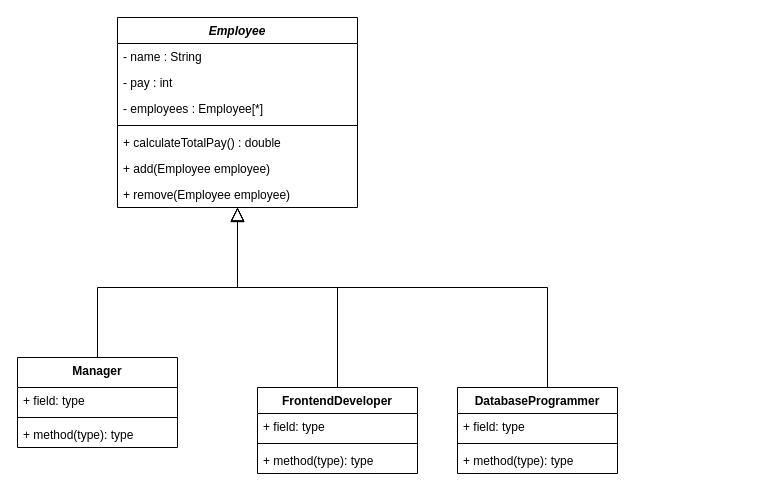
This is coursework2.drawio from learningCurve89/WorkBasedPortfolios, a draw.io file, before an edit. Source tidied: cells renumbered, new cells numbered last; positions are measured from the earlier drawing's top-left corner, leaving out a move shared by most shapes. Both pictures are drawn from the tidied source at 100%, with x=0, y=0 at pixel (17, 17).
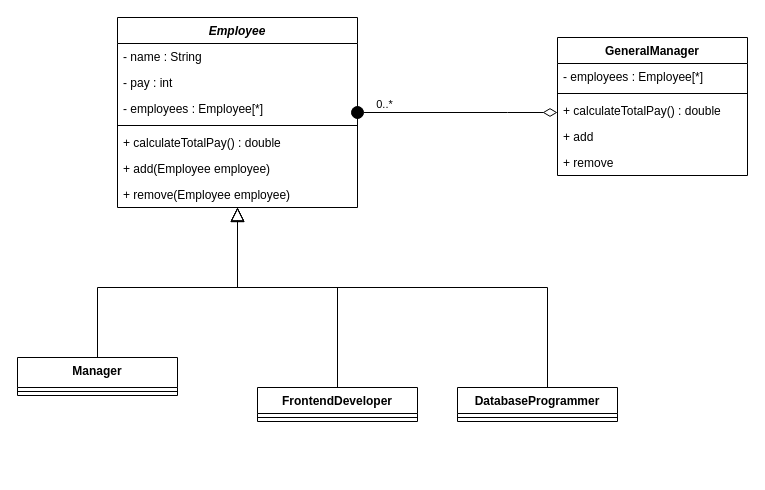
After the change.

Unchanged cells that the change refers to:
```xml
<mxCell id="2" value="Employee" style="swimlane;fontStyle=3;align=center;verticalAlign=top;horizontal=1;startSize=26;" parent="1" vertex="1">
  <mxGeometry x="100" width="240" height="190" as="geometry" />
</mxCell>
```

The edit, as a diff of the source:
```diff
@@
     <mxCell id="11" value="Manager" style="swimlane;fontStyle=1;align=center;verticalAlign=top;horizontal=1;startSize=30;" parent="1" vertex="1">
-      <mxGeometry y="340" width="160" height="90" as="geometry" />
+      <mxGeometry y="340" width="160" height="38" as="geometry" />
     </mxCell>
-    <mxCell id="12" value="+ field: type" style="text;strokeColor=none;fillColor=none;align=left;verticalAlign=top;spacingLeft=4;spacingRight=4;overflow=hidden;" parent="11" vertex="1">
-      <mxGeometry y="30" width="160" height="26" as="geometry" />
-    </mxCell>
     <mxCell id="13" style="line;strokeWidth=1;fillColor=none;align=left;verticalAlign=middle;spacingTop=-1;spacingLeft=3;spacingRight=3;labelPosition=right;" parent="11" vertex="1">
-      <mxGeometry y="56" width="160" height="8" as="geometry" />
+      <mxGeometry y="30" width="160" height="8" as="geometry" />
     </mxCell>
-    <mxCell id="14" value="+ method(type): type" style="text;strokeColor=none;fillColor=none;align=left;verticalAlign=top;spacingLeft=4;spacingRight=4;overflow=hidden;" parent="11" vertex="1">
-      <mxGeometry y="64" width="160" height="26" as="geometry" />
-    </mxCell>
@@
     <mxCell id="16" value="FrontendDeveloper" style="swimlane;fontStyle=1;align=center;verticalAlign=top;horizontal=1;startSize=26;" parent="1" vertex="1">
-      <mxGeometry x="240" y="370" width="160" height="86" as="geometry" />
+      <mxGeometry x="240" y="370" width="160" height="34" as="geometry" />
     </mxCell>
-    <mxCell id="17" value="+ field: type" style="text;strokeColor=none;fillColor=none;align=left;verticalAlign=top;spacingLeft=4;spacingRight=4;overflow=hidden;" parent="16" vertex="1">
-      <mxGeometry y="26" width="160" height="26" as="geometry" />
-    </mxCell>
     <mxCell id="18" style="line;strokeWidth=1;fillColor=none;align=left;verticalAlign=middle;spacingTop=-1;spacingLeft=3;spacingRight=3;labelPosition=right;" parent="16" vertex="1">
-      <mxGeometry y="52" width="160" height="8" as="geometry" />
+      <mxGeometry y="26" width="160" height="8" as="geometry" />
     </mxCell>
-    <mxCell id="19" value="+ method(type): type" style="text;strokeColor=none;fillColor=none;align=left;verticalAlign=top;spacingLeft=4;spacingRight=4;overflow=hidden;" parent="16" vertex="1">
-      <mxGeometry y="60" width="160" height="26" as="geometry" />
-    </mxCell>
@@
     <mxCell id="21" value="DatabaseProgrammer" style="swimlane;fontStyle=1;align=center;verticalAlign=top;horizontal=1;startSize=26;" parent="1" vertex="1">
-      <mxGeometry x="440" y="370" width="160" height="86" as="geometry" />
+      <mxGeometry x="440" y="370" width="160" height="34" as="geometry" />
     </mxCell>
-    <mxCell id="22" value="+ field: type" style="text;strokeColor=none;fillColor=none;align=left;verticalAlign=top;spacingLeft=4;spacingRight=4;overflow=hidden;" parent="21" vertex="1">
-      <mxGeometry y="26" width="160" height="26" as="geometry" />
-    </mxCell>
     <mxCell id="23" style="line;strokeWidth=1;fillColor=none;align=left;verticalAlign=middle;spacingTop=-1;spacingLeft=3;spacingRight=3;labelPosition=right;" parent="21" vertex="1">
-      <mxGeometry y="52" width="160" height="8" as="geometry" />
+      <mxGeometry y="26" width="160" height="8" as="geometry" />
     </mxCell>
-    <mxCell id="24" value="+ method(type): type" style="text;strokeColor=none;fillColor=none;align=left;verticalAlign=top;spacingLeft=4;spacingRight=4;overflow=hidden;" parent="21" vertex="1">
-      <mxGeometry y="60" width="160" height="26" as="geometry" />
-    </mxCell>
+    <mxCell id="25" style="edgeStyle=orthogonalEdgeStyle;rounded=0;jettySize=auto;html=1;endArrow=oval;endFill=1;endSize=12;startSize=12;startArrow=diamondThin;startFill=0;" parent="1" edge="1" source="27" target="2">
+      <mxGeometry relative="1" as="geometry">
+        <Array as="points">
+          <mxPoint x="490" y="95" />
+          <mxPoint x="490" y="95" />
+        </Array>
+      </mxGeometry>
+    </mxCell>
+    <mxCell id="26" value="0..*" style="edgeLabel;html=1;align=center;verticalAlign=middle;" parent="25" vertex="1">
+      <mxGeometry x="0.74" y="-9" relative="1" as="geometry" />
+    </mxCell>
+    <mxCell id="27" value="GeneralManager" style="swimlane;fontStyle=1;align=center;verticalAlign=top;horizontal=1;startSize=26;" parent="1" vertex="1">
+      <mxGeometry x="540" y="20" width="190" height="138" as="geometry" />
+    </mxCell>
+    <mxCell id="28" value="- employees : Employee[*]" style="text;strokeColor=none;fillColor=none;align=left;verticalAlign=top;spacingLeft=4;spacingRight=4;overflow=hidden;" parent="27" vertex="1">
+      <mxGeometry y="26" width="190" height="26" as="geometry" />
+    </mxCell>
+    <mxCell id="29" style="line;strokeWidth=1;fillColor=none;align=left;verticalAlign=middle;spacingTop=-1;spacingLeft=3;spacingRight=3;labelPosition=right;" parent="27" vertex="1">
+      <mxGeometry y="52" width="190" height="8" as="geometry" />
+    </mxCell>
+    <mxCell id="30" value="+ calculateTotalPay() : double" style="text;strokeColor=none;fillColor=none;align=left;verticalAlign=top;spacingLeft=4;spacingRight=4;overflow=hidden;" parent="27" vertex="1">
+      <mxGeometry y="60" width="190" height="26" as="geometry" />
+    </mxCell>
+    <mxCell id="31" value="+ add" style="text;strokeColor=none;fillColor=none;align=left;verticalAlign=top;spacingLeft=4;spacingRight=4;overflow=hidden;" parent="27" vertex="1">
+      <mxGeometry y="86" width="190" height="26" as="geometry" />
+    </mxCell>
+    <mxCell id="32" value="+ remove" style="text;strokeColor=none;fillColor=none;align=left;verticalAlign=top;spacingLeft=4;spacingRight=4;overflow=hidden;" parent="27" vertex="1">
+      <mxGeometry y="112" width="190" height="26" as="geometry" />
+    </mxCell>
```
